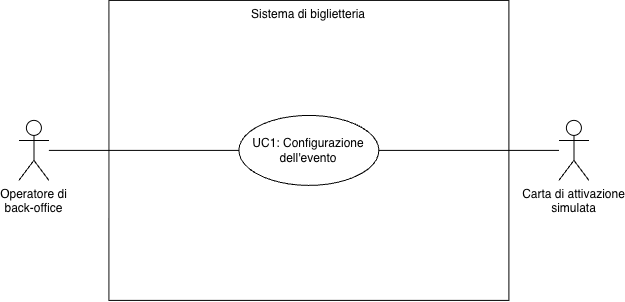
Leddosja/thesis-EdisHodja keeps this draw.io diagram as img/diagrams/uc-1.png. Above is the earlier version. Source tidied: cells renumbered, new cells last; positions are measured from the earlier drawing's top-left corner, leaving out a move shared by most shapes.
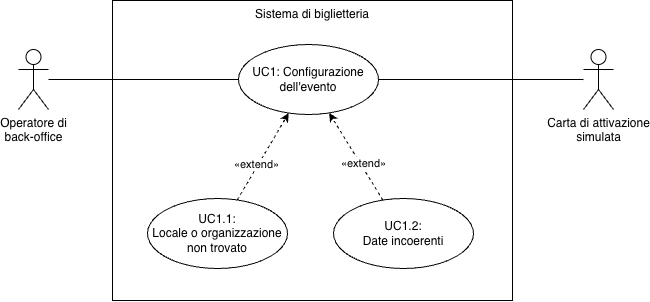
Later version of the same file.

The edit, as a diff of the source:
```diff
@@ -6,19 +6,37 @@
       <mxGeometry x="90" width="400" height="300" as="geometry" />
     </mxCell>
     <mxCell id="3" value="UC1: Configurazione dell'evento" style="ellipse;whiteSpace=wrap;html=1;rounded=0;strokeColor=default;align=center;verticalAlign=middle;fontFamily=Helvetica;fontSize=12;fontColor=default;fillColor=default;" parent="1" vertex="1">
-      <mxGeometry x="220" y="115" width="140" height="70" as="geometry" />
+      <mxGeometry x="216" y="44" width="140" height="70" as="geometry" />
     </mxCell>
     <mxCell id="4" style="edgeStyle=none;html=1;entryX=0;entryY=0.5;entryDx=0;entryDy=0;endArrow=none;endFill=0;" parent="1" edge="1" source="5" target="3">
       <mxGeometry relative="1" as="geometry" />
     </mxCell>
     <mxCell id="5" value="Operatore di&lt;br&gt;back-office" style="shape=umlActor;verticalLabelPosition=bottom;verticalAlign=top;html=1;rounded=0;strokeColor=default;align=center;fontFamily=Helvetica;fontSize=12;fontColor=default;fillColor=default;" parent="1" vertex="1">
-      <mxGeometry y="120" width="30" height="60" as="geometry" />
+      <mxGeometry x="-4" y="49" width="30" height="60" as="geometry" />
     </mxCell>
+    <mxCell id="8" style="edgeStyle=none;html=1;dashed=1;" parent="1" edge="1" source="10" target="3">
+      <mxGeometry relative="1" as="geometry" />
+    </mxCell>
+    <mxCell id="9" value="«extend»" style="edgeLabel;html=1;align=center;verticalAlign=middle;" parent="8" vertex="1">
+      <mxGeometry x="-0.18" y="2" relative="1" as="geometry" />
+    </mxCell>
+    <mxCell id="10" value="UC1.1:&lt;br&gt;Locale o organizzazione&lt;br&gt;non trovato" style="ellipse;whiteSpace=wrap;html=1;rounded=0;strokeColor=default;align=center;verticalAlign=middle;fontFamily=Helvetica;fontSize=12;fontColor=default;fillColor=default;" parent="1" vertex="1">
+      <mxGeometry x="125" y="198" width="140" height="70" as="geometry" />
+    </mxCell>
+    <mxCell id="11" style="edgeStyle=none;html=1;dashed=1;" parent="1" edge="1" source="13" target="3">
+      <mxGeometry relative="1" as="geometry" />
+    </mxCell>
+    <mxCell id="12" value="&lt;span style=&quot;color: rgb(0, 0, 0);&quot;&gt;«extend»&lt;/span&gt;" style="edgeLabel;html=1;align=center;verticalAlign=middle;" parent="11" vertex="1">
+      <mxGeometry x="-0.18" y="-2" relative="1" as="geometry" />
+    </mxCell>
+    <mxCell id="13" value="UC1.2:&lt;div&gt;Date incoerenti&lt;/div&gt;" style="ellipse;whiteSpace=wrap;html=1;rounded=0;strokeColor=default;align=center;verticalAlign=middle;fontFamily=Helvetica;fontSize=12;fontColor=default;fillColor=default;" parent="1" vertex="1">
+      <mxGeometry x="311" y="198" width="140" height="70" as="geometry" />
+    </mxCell>
     <mxCell id="6" style="edgeStyle=none;html=1;entryX=1;entryY=0.5;entryDx=0;entryDy=0;endArrow=none;endFill=0;" parent="1" edge="1" source="7" target="3">
       <mxGeometry relative="1" as="geometry" />
     </mxCell>
     <mxCell id="7" value="Carta di attivazione&lt;br&gt;simulata" style="shape=umlActor;verticalLabelPosition=bottom;verticalAlign=top;html=1;rounded=0;strokeColor=default;align=center;fontFamily=Helvetica;fontSize=12;fontColor=default;fillColor=default;" parent="1" vertex="1">
-      <mxGeometry x="540" y="120" width="30" height="60" as="geometry" />
+      <mxGeometry x="561" y="49" width="30" height="60" as="geometry" />
     </mxCell>
   </root>
 </mxGraphModel>
```
